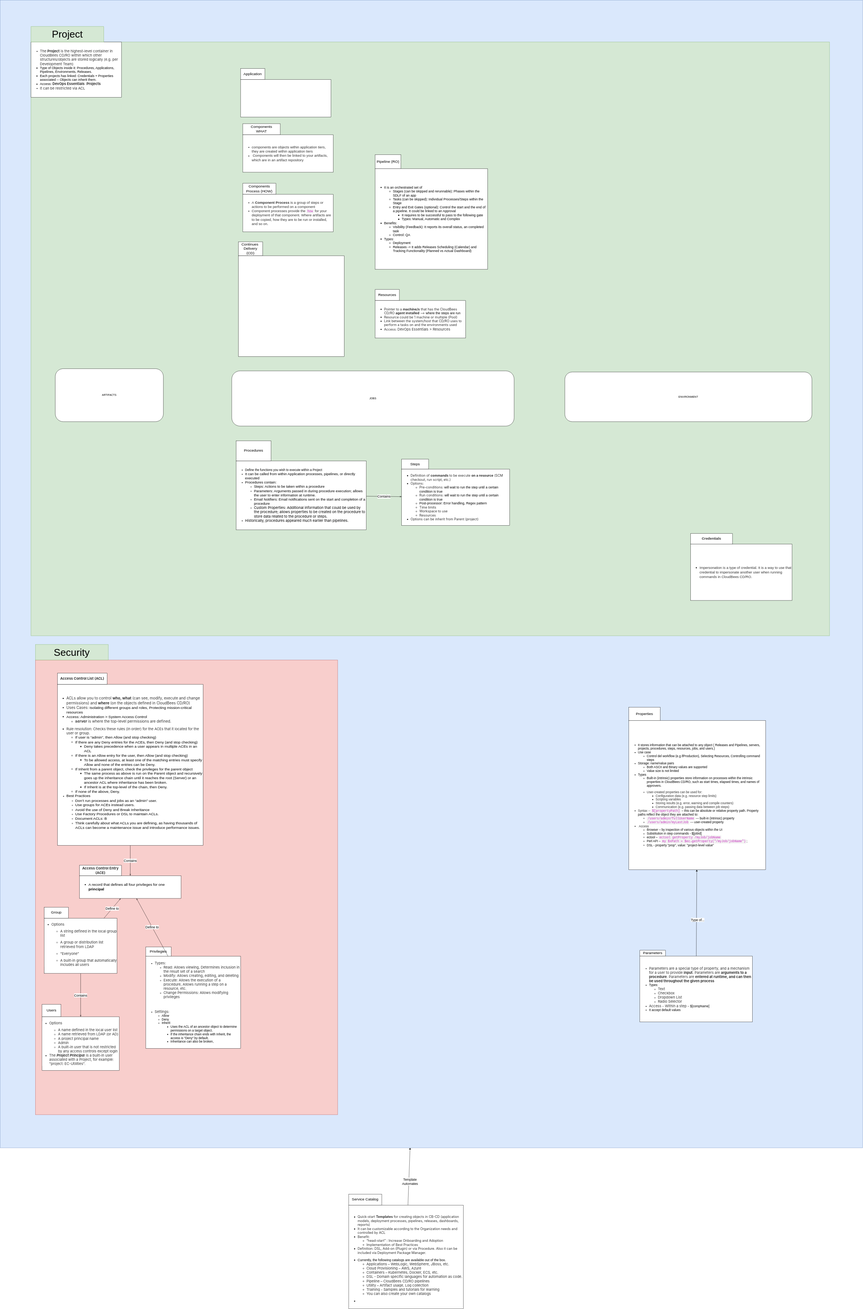
Above: book/diagrams/CD.drawio.svg in carlosrodlop/carlosrodlop-docs (draw.io), before the change. Source tidied: cells renumbered, new cells last; positions are measured from the earlier drawing's top-left corner, leaving out a move shared by most shapes.
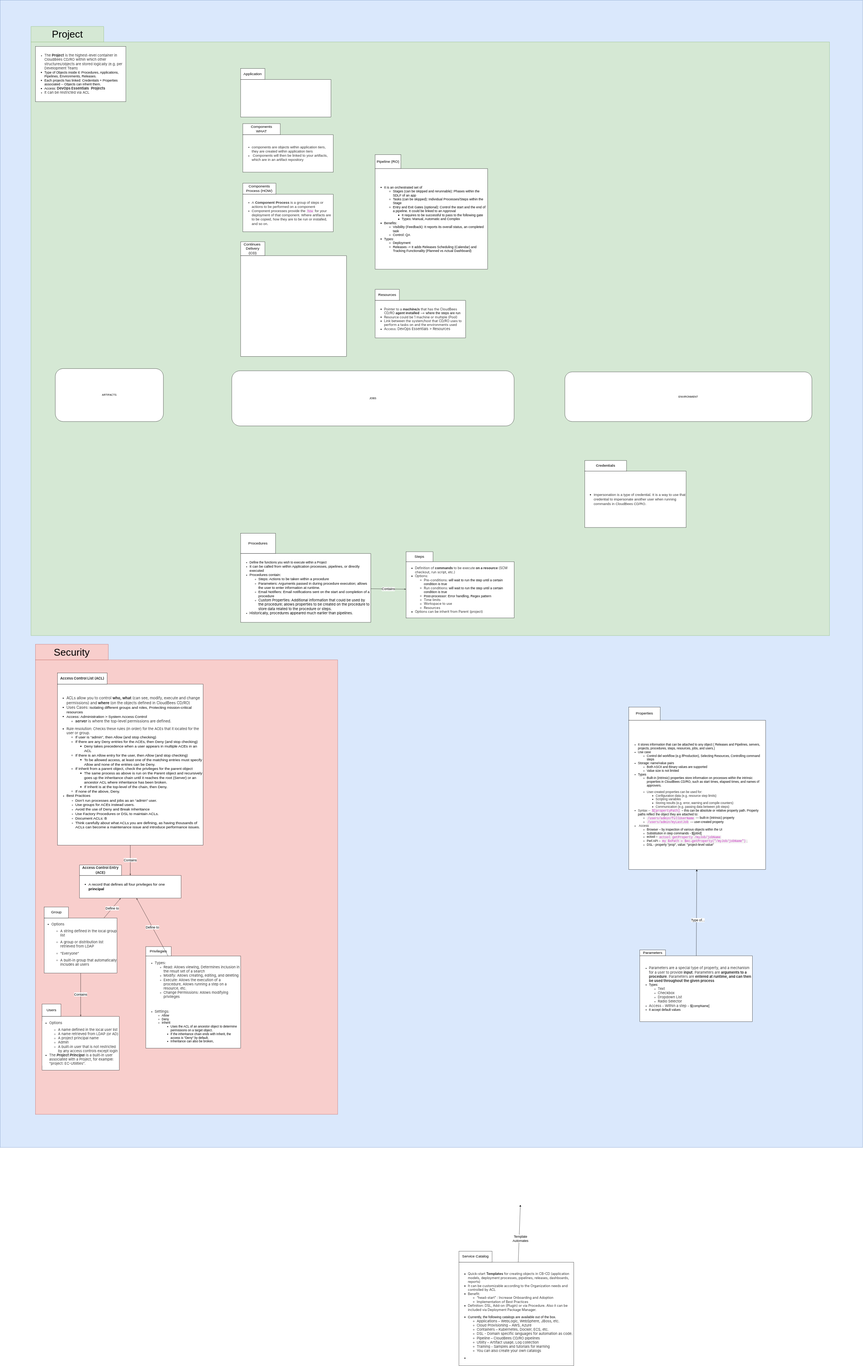
After the commit.

The edit, as a diff of the source:
```diff
@@ -21,7 +21,7 @@
       <mxGeometry y="63.4" width="510" height="456.6" as="geometry" />
     </mxCell>
     <mxCell id="8" style="group;" parent="1" vertex="1">
-      <mxGeometry x="1070" y="1960" width="590" height="440" as="geometry" />
+      <mxGeometry x="1090" y="2380" width="590" height="440" as="geometry" />
     </mxCell>
     <mxCell id="9" style="group;" parent="8" vertex="1">
       <mxGeometry y="36.6" width="590" height="403.4" as="geometry" />
@@ -42,7 +42,7 @@
       <mxGeometry y="19.7" width="225.4" height="50.5" as="geometry" />
     </mxCell>
     <mxCell id="15" style="group;" parent="1" vertex="1">
-      <mxGeometry x="1820" y="2050" width="490" height="330.4" as="geometry" />
+      <mxGeometry x="1840" y="2470" width="490" height="330.4" as="geometry" />
     </mxCell>
     <mxCell id="16" value="&lt;font style=&quot;font-size: 17px;&quot;&gt;Steps&lt;br&gt;&lt;/font&gt;" style="rounded=0;whiteSpace=wrap;html=1;" parent="15" vertex="1">
       <mxGeometry y="30" width="122.5" height="45.1" as="geometry" />
@@ -90,10 +90,10 @@
       <mxGeometry x="-0.16" y="-4" relative="1" as="geometry" />
     </mxCell>
     <mxCell id="31" value="&lt;font style=&quot;font-size: 17px;&quot;&gt;Service Catalog&lt;br&gt;&lt;/font&gt;" style="rounded=0;whiteSpace=wrap;html=1;" parent="1" vertex="1">
-      <mxGeometry x="1580" y="5410" width="150" height="50" as="geometry" />
+      <mxGeometry x="2080" y="5670" width="150" height="50" as="geometry" />
     </mxCell>
     <mxCell id="32" value="&lt;ul style=&quot;&quot;&gt;&lt;li style=&quot;text-align: left;&quot;&gt;&lt;span style=&quot;background-color: rgb(255, 255, 255);&quot;&gt;&lt;font face=&quot;-apple-system, system-ui, Segoe UI, Ubuntu, sans-serif, Apple Color Emoji, Segoe UI Emoji, Segoe UI Symbol, Noto Color Emoji&quot; color=&quot;#333333&quot;&gt;Quick-start &lt;/font&gt;&lt;b style=&quot;color: rgb(51, 51, 51); font-family: -apple-system, &amp;quot;system-ui&amp;quot;, &amp;quot;Segoe UI&amp;quot;, Ubuntu, sans-serif, &amp;quot;Apple Color Emoji&amp;quot;, &amp;quot;Segoe UI Emoji&amp;quot;, &amp;quot;Segoe UI Symbol&amp;quot;, &amp;quot;Noto Color Emoji&amp;quot;; font-size: 15px;&quot;&gt;Templates&lt;/b&gt;&lt;font face=&quot;-apple-system, system-ui, Segoe UI, Ubuntu, sans-serif, Apple Color Emoji, Segoe UI Emoji, Segoe UI Symbol, Noto Color Emoji&quot; color=&quot;#333333&quot;&gt; for creating objects in CB-CD (application models, deployment processes, pipelines, releases, dashboards, reports)&lt;/font&gt;&lt;/span&gt;&lt;br style=&quot;font-size: 15px;&quot;&gt;&lt;/li&gt;&lt;li style=&quot;font-size: 15px; text-align: left;&quot;&gt;&lt;span style=&quot;color: rgb(51, 51, 51); font-family: -apple-system, &amp;quot;system-ui&amp;quot;, &amp;quot;Segoe UI&amp;quot;, Ubuntu, sans-serif, &amp;quot;Apple Color Emoji&amp;quot;, &amp;quot;Segoe UI Emoji&amp;quot;, &amp;quot;Segoe UI Symbol&amp;quot;, &amp;quot;Noto Color Emoji&amp;quot;; font-size: 15px; background-color: rgb(255, 255, 255);&quot;&gt;It can be customizable according to the Organization needs and controlled by ACL&lt;/span&gt;&lt;/li&gt;&lt;li style=&quot;font-size: 15px; text-align: left;&quot;&gt;&lt;span style=&quot;color: rgb(51, 51, 51); font-family: -apple-system, &amp;quot;system-ui&amp;quot;, &amp;quot;Segoe UI&amp;quot;, Ubuntu, sans-serif, &amp;quot;Apple Color Emoji&amp;quot;, &amp;quot;Segoe UI Emoji&amp;quot;, &amp;quot;Segoe UI Symbol&amp;quot;, &amp;quot;Noto Color Emoji&amp;quot;; font-size: 15px; background-color: rgb(255, 255, 255);&quot;&gt;Benefit:&amp;nbsp;&lt;/span&gt;&lt;/li&gt;&lt;ul style=&quot;font-size: 15px;&quot;&gt;&lt;li style=&quot;text-align: left; font-size: 15px;&quot;&gt;&lt;span style=&quot;color: rgb(51, 51, 51); font-family: -apple-system, &amp;quot;system-ui&amp;quot;, &amp;quot;Segoe UI&amp;quot;, Ubuntu, sans-serif, &amp;quot;Apple Color Emoji&amp;quot;, &amp;quot;Segoe UI Emoji&amp;quot;, &amp;quot;Segoe UI Symbol&amp;quot;, &amp;quot;Noto Color Emoji&amp;quot;; font-size: 15px; background-color: rgb(255, 255, 255);&quot;&gt;“head-start” : Increase Onboarding and Adoption&lt;/span&gt;&lt;/li&gt;&lt;li style=&quot;text-align: left; font-size: 15px;&quot;&gt;&lt;span style=&quot;color: rgb(51, 51, 51); font-family: -apple-system, &amp;quot;system-ui&amp;quot;, &amp;quot;Segoe UI&amp;quot;, Ubuntu, sans-serif, &amp;quot;Apple Color Emoji&amp;quot;, &amp;quot;Segoe UI Emoji&amp;quot;, &amp;quot;Segoe UI Symbol&amp;quot;, &amp;quot;Noto Color Emoji&amp;quot;; font-size: 15px; background-color: rgb(255, 255, 255);&quot;&gt;Implementation of Best Practices&lt;/span&gt;&lt;/li&gt;&lt;/ul&gt;&lt;li style=&quot;text-align: left;&quot;&gt;&lt;font face=&quot;-apple-system, system-ui, Segoe UI, Ubuntu, sans-serif, Apple Color Emoji, Segoe UI Emoji, Segoe UI Symbol, Noto Color Emoji&quot; color=&quot;#333333&quot;&gt;Definition: DSL, Add-on (Plugin) or via Procedure. Also it can be included via Deployment Package Manager.&lt;/font&gt;&lt;/li&gt;&lt;/ul&gt;&lt;ul style=&quot;&quot;&gt;&lt;li style=&quot;text-align: left;&quot;&gt;Currently, the following catalogs are available out of the box.&lt;/li&gt;&lt;ul&gt;&lt;li style=&quot;text-align: left;&quot;&gt;&lt;span style=&quot;background-color: rgb(255, 255, 255); font-family: -apple-system, &amp;quot;system-ui&amp;quot;, &amp;quot;Segoe UI&amp;quot;, Ubuntu, sans-serif, &amp;quot;Apple Color Emoji&amp;quot;, &amp;quot;Segoe UI Emoji&amp;quot;, &amp;quot;Segoe UI Symbol&amp;quot;, &amp;quot;Noto Color Emoji&amp;quot;; font-size: 16px; color: rgb(51, 51, 51);&quot;&gt;Applications – WebLogic, WebSphere, JBoss, etc.&lt;/span&gt;&lt;/li&gt;&lt;li style=&quot;text-align: left;&quot;&gt;&lt;span style=&quot;background-color: rgb(255, 255, 255); font-family: -apple-system, &amp;quot;system-ui&amp;quot;, &amp;quot;Segoe UI&amp;quot;, Ubuntu, sans-serif, &amp;quot;Apple Color Emoji&amp;quot;, &amp;quot;Segoe UI Emoji&amp;quot;, &amp;quot;Segoe UI Symbol&amp;quot;, &amp;quot;Noto Color Emoji&amp;quot;; font-size: 16px; color: rgb(51, 51, 51);&quot;&gt;Cloud Provisioning – AWS, Azure&lt;/span&gt;&lt;/li&gt;&lt;li style=&quot;text-align: left;&quot;&gt;&lt;span style=&quot;background-color: rgb(255, 255, 255); font-family: -apple-system, &amp;quot;system-ui&amp;quot;, &amp;quot;Segoe UI&amp;quot;, Ubuntu, sans-serif, &amp;quot;Apple Color Emoji&amp;quot;, &amp;quot;Segoe UI Emoji&amp;quot;, &amp;quot;Segoe UI Symbol&amp;quot;, &amp;quot;Noto Color Emoji&amp;quot;; font-size: 16px; color: rgb(51, 51, 51);&quot;&gt;Containers – Kubernetes, Docker, ECS, etc.&lt;/span&gt;&lt;/li&gt;&lt;li style=&quot;text-align: left;&quot;&gt;&lt;span style=&quot;background-color: rgb(255, 255, 255); font-family: -apple-system, &amp;quot;system-ui&amp;quot;, &amp;quot;Segoe UI&amp;quot;, Ubuntu, sans-serif, &amp;quot;Apple Color Emoji&amp;quot;, &amp;quot;Segoe UI Emoji&amp;quot;, &amp;quot;Segoe UI Symbol&amp;quot;, &amp;quot;Noto Color Emoji&amp;quot;; font-size: 16px; color: rgb(51, 51, 51);&quot;&gt;DSL - Domain specific languages for automation as code.&lt;/span&gt;&lt;/li&gt;&lt;li style=&quot;text-align: left;&quot;&gt;&lt;span style=&quot;background-color: rgb(255, 255, 255); font-family: -apple-system, &amp;quot;system-ui&amp;quot;, &amp;quot;Segoe UI&amp;quot;, Ubuntu, sans-serif, &amp;quot;Apple Color Emoji&amp;quot;, &amp;quot;Segoe UI Emoji&amp;quot;, &amp;quot;Segoe UI Symbol&amp;quot;, &amp;quot;Noto Color Emoji&amp;quot;; font-size: 16px; color: rgb(51, 51, 51);&quot;&gt;Pipeline – CloudBees CD/RO pipelines&lt;/span&gt;&lt;/li&gt;&lt;li style=&quot;text-align: left;&quot;&gt;&lt;span style=&quot;background-color: rgb(255, 255, 255); font-family: -apple-system, &amp;quot;system-ui&amp;quot;, &amp;quot;Segoe UI&amp;quot;, Ubuntu, sans-serif, &amp;quot;Apple Color Emoji&amp;quot;, &amp;quot;Segoe UI Emoji&amp;quot;, &amp;quot;Segoe UI Symbol&amp;quot;, &amp;quot;Noto Color Emoji&amp;quot;; font-size: 16px; color: rgb(51, 51, 51);&quot;&gt;Utility – Artifact usage, Log collection&lt;/span&gt;&lt;/li&gt;&lt;li style=&quot;text-align: left;&quot;&gt;&lt;span style=&quot;background-color: rgb(255, 255, 255); font-family: -apple-system, &amp;quot;system-ui&amp;quot;, &amp;quot;Segoe UI&amp;quot;, Ubuntu, sans-serif, &amp;quot;Apple Color Emoji&amp;quot;, &amp;quot;Segoe UI Emoji&amp;quot;, &amp;quot;Segoe UI Symbol&amp;quot;, &amp;quot;Noto Color Emoji&amp;quot;; font-size: 16px; color: rgb(51, 51, 51);&quot;&gt;Training - Samples and tutorials for learning&lt;/span&gt;&lt;/li&gt;&lt;li style=&quot;text-align: left;&quot;&gt;&lt;span style=&quot;background-color: rgb(255, 255, 255); font-family: -apple-system, &amp;quot;system-ui&amp;quot;, &amp;quot;Segoe UI&amp;quot;, Ubuntu, sans-serif, &amp;quot;Apple Color Emoji&amp;quot;, &amp;quot;Segoe UI Emoji&amp;quot;, &amp;quot;Segoe UI Symbol&amp;quot;, &amp;quot;Noto Color Emoji&amp;quot;; font-size: 16px; color: rgb(51, 51, 51);&quot;&gt;You can also create your own catalogs&lt;/span&gt;&lt;/li&gt;&lt;/ul&gt;&lt;/ul&gt;&lt;ul style=&quot;&quot;&gt;&lt;/ul&gt;&lt;ul style=&quot;&quot;&gt;&lt;/ul&gt;&lt;ul style=&quot;&quot;&gt;&lt;/ul&gt;&lt;ul style=&quot;&quot;&gt;&lt;/ul&gt;&lt;ul style=&quot;&quot;&gt;&lt;/ul&gt;&lt;ul style=&quot;&quot;&gt;&lt;/ul&gt;&lt;ul style=&quot;&quot;&gt;&lt;/ul&gt;&lt;ul style=&quot;&quot;&gt;&lt;li style=&quot;text-align: left;&quot;&gt;&lt;font face=&quot;-apple-system, system-ui, Segoe UI, Ubuntu, sans-serif, Apple Color Emoji, Segoe UI Emoji, Segoe UI Symbol, Noto Color Emoji&quot; color=&quot;#333333&quot;&gt;&lt;div style=&quot;box-sizing: border-box; margin: 14px 0px 0px; font-family: -apple-system, &amp;quot;system-ui&amp;quot;, &amp;quot;Segoe UI&amp;quot;, Ubuntu, sans-serif, &amp;quot;Apple Color Emoji&amp;quot;, &amp;quot;Segoe UI Emoji&amp;quot;, &amp;quot;Segoe UI Symbol&amp;quot;, &amp;quot;Noto Color Emoji&amp;quot;; font-size: 16px; background-color: rgb(255, 255, 255);&quot; class=&quot;paragraph&quot;&gt;&lt;/div&gt;&lt;/font&gt;&lt;/li&gt;&lt;/ul&gt;" style="rounded=0;whiteSpace=wrap;html=1;fontSize=15;" parent="1" vertex="1">
-      <mxGeometry x="1580" y="5460" width="520" height="470" as="geometry" />
+      <mxGeometry x="2080" y="5720" width="520" height="470" as="geometry" />
     </mxCell>
     <mxCell id="33" style="group;" parent="1" vertex="1">
       <mxGeometry x="660" y="4290" width="430" height="460" as="geometry" />
@@ -143,14 +143,16 @@
     <mxCell id="48" value="Define to" style="endArrow=none;html=1;rounded=0;fontSize=15;endFill=0;startArrow=openThin;startFill=0;" parent="1" edge="1" source="38" target="45">
       <mxGeometry relative="1" as="geometry" />
     </mxCell>
-    <mxCell id="49" style="endArrow=classic;html=1;rounded=0;fontSize=15;" parent="1" edge="1" source="32" target="2">
-      <mxGeometry relative="1" as="geometry" />
+    <mxCell id="49" style="endArrow=classic;html=1;rounded=0;fontSize=15;" parent="1" edge="1" source="32">
+      <mxGeometry relative="1" as="geometry">
+        <mxPoint x="2358.4" y="5460" as="targetPoint" />
+      </mxGeometry>
     </mxCell>
     <mxCell id="50" value="Template&lt;br&gt;Automates" style="edgeLabel;html=1;align=center;verticalAlign=middle;fontSize=15;" parent="49" vertex="1">
       <mxGeometry x="-0.16" y="-4" relative="1" as="geometry" />
     </mxCell>
     <mxCell id="51" style="group;" parent="1" vertex="1">
-      <mxGeometry x="3130" y="2390" width="460" height="330" as="geometry" />
+      <mxGeometry x="2650" y="2060" width="460" height="330" as="geometry" />
     </mxCell>
     <mxCell id="52" value="&lt;div style=&quot;text-align: left ; font-size: 17px&quot;&gt;&lt;ul&gt;&lt;li style=&quot;box-sizing: border-box ; margin-bottom: 12px&quot;&gt;&lt;p style=&quot;box-sizing: border-box ; margin: 0px&quot;&gt;&lt;span style=&quot;color: rgb(51 , 51 , 51) ; font-family: , &amp;#34;system-ui&amp;#34; , &amp;#34;segoe ui&amp;#34; , &amp;#34;ubuntu&amp;#34; , sans-serif , &amp;#34;apple color emoji&amp;#34; , &amp;#34;segoe ui emoji&amp;#34; , &amp;#34;segoe ui symbol&amp;#34; , &amp;#34;noto color emoji&amp;#34; ; font-size: 16px ; background-color: rgb(255 , 255 , 255)&quot;&gt;Impersonation is a type of credential. It is a way to use that credential to impersonate another user when running commands in CloudBees CD/RO.&lt;/span&gt;&lt;br&gt;&lt;/p&gt;&lt;/li&gt;&lt;/ul&gt;&lt;/div&gt;" style="rounded=0;whiteSpace=wrap;html=1;fontSize=14;" parent="51" vertex="1">
       <mxGeometry y="75" width="460" height="255" as="geometry" />
@@ -159,7 +161,7 @@
       <mxGeometry y="26.9" width="190" height="48.1" as="geometry" />
     </mxCell>
     <mxCell id="54" style="group;" parent="1" vertex="1">
-      <mxGeometry x="1080" y="1095" width="480" height="520" as="geometry" />
+      <mxGeometry x="1090" y="1095" width="480" height="520" as="geometry" />
     </mxCell>
     <mxCell id="55" value="&lt;font style=&quot;font-size: 17px&quot;&gt;Continues&amp;nbsp;&lt;br&gt;Delivery&lt;br&gt;(CD)&lt;br&gt;&lt;/font&gt;" style="rounded=0;whiteSpace=wrap;html=1;" parent="54" vertex="1">
       <mxGeometry width="110" height="63.4" as="geometry" />
@@ -207,12 +209,12 @@
       <mxGeometry x="250" y="1670" width="490" height="240" as="geometry" />
     </mxCell>
     <mxCell id="70" value="&lt;ul style=&quot;text-align: left;&quot;&gt;&lt;li style=&quot;&quot;&gt;&lt;span style=&quot;font-size: 16px; color: rgb(51, 51, 51); font-family: -apple-system, &amp;quot;system-ui&amp;quot;, &amp;quot;Segoe UI&amp;quot;, Ubuntu, sans-serif, &amp;quot;Apple Color Emoji&amp;quot;, &amp;quot;Segoe UI Emoji&amp;quot;, &amp;quot;Segoe UI Symbol&amp;quot;, &amp;quot;Noto Color Emoji&amp;quot;; background-color: rgb(255, 255, 255);&quot;&gt;The&amp;nbsp;&lt;/span&gt;&lt;span style=&quot;font-size: 16px; box-sizing: border-box; font-weight: bolder; color: rgb(51, 51, 51); font-family: -apple-system, &amp;quot;system-ui&amp;quot;, &amp;quot;Segoe UI&amp;quot;, Ubuntu, sans-serif, &amp;quot;Apple Color Emoji&amp;quot;, &amp;quot;Segoe UI Emoji&amp;quot;, &amp;quot;Segoe UI Symbol&amp;quot;, &amp;quot;Noto Color Emoji&amp;quot;; background-color: rgb(255, 255, 255);&quot;&gt;Project&lt;/span&gt;&lt;span style=&quot;background-color: rgb(255, 255, 255);&quot;&gt;&lt;font face=&quot;-apple-system, system-ui, Segoe UI, Ubuntu, sans-serif, Apple Color Emoji, Segoe UI Emoji, Segoe UI Symbol, Noto Color Emoji&quot; color=&quot;#333333&quot;&gt;&lt;span style=&quot;font-size: 16px;&quot;&gt;&amp;nbsp;is the highest-level container in CloudBees CD/RO within which other structures/objects are stored logically&amp;nbsp;(e.g. per Development&amp;nbsp;Team)&lt;/span&gt;&lt;/font&gt;&lt;/span&gt;&lt;/li&gt;&lt;li style=&quot;font-size: 15px;&quot;&gt;Type of Objects inside it: Procedures, Applications, Pipelines, Environments, Releases.&amp;nbsp;&lt;/li&gt;&lt;li style=&quot;font-size: 15px;&quot;&gt;Each projects has linked: Credentials + Properties associated -- Objects can inherit them.&lt;br&gt;&lt;/li&gt;&lt;li style=&quot;font-size: 15px;&quot;&gt;Access:&amp;nbsp;&lt;span style=&quot;box-sizing: border-box; font-weight: bolder; color: rgb(51, 51, 51); font-family: -apple-system, &amp;quot;system-ui&amp;quot;, &amp;quot;Segoe UI&amp;quot;, Ubuntu, sans-serif, &amp;quot;Apple Color Emoji&amp;quot;, &amp;quot;Segoe UI Emoji&amp;quot;, &amp;quot;Segoe UI Symbol&amp;quot;, &amp;quot;Noto Color Emoji&amp;quot;; font-size: 16px; background-color: rgb(255, 255, 255);&quot; class=&quot;menu&quot;&gt;DevOps Essentials&lt;/span&gt;&lt;span style=&quot;color: rgb(51, 51, 51); font-family: -apple-system, &amp;quot;system-ui&amp;quot;, &amp;quot;Segoe UI&amp;quot;, Ubuntu, sans-serif, &amp;quot;Apple Color Emoji&amp;quot;, &amp;quot;Segoe UI Emoji&amp;quot;, &amp;quot;Segoe UI Symbol&amp;quot;, &amp;quot;Noto Color Emoji&amp;quot;; font-size: 16px; background-color: rgb(255, 255, 255);&quot;&gt;&amp;nbsp;&lt;/span&gt;&lt;span style=&quot;box-sizing: border-box; -webkit-font-smoothing: antialiased; display: inline-block; font-variant-numeric: normal; font-variant-east-asian: normal; text-rendering: auto; line-height: 1; font-family: &amp;quot;Font Awesome 5 Free&amp;quot;; font-weight: 900; color: rgb(51, 51, 51); font-size: 16px; background-color: rgb(255, 255, 255);&quot; class=&quot;fa fa-angle-right caret&quot;&gt;&lt;/span&gt;&lt;span style=&quot;color: rgb(51, 51, 51); font-family: -apple-system, &amp;quot;system-ui&amp;quot;, &amp;quot;Segoe UI&amp;quot;, Ubuntu, sans-serif, &amp;quot;Apple Color Emoji&amp;quot;, &amp;quot;Segoe UI Emoji&amp;quot;, &amp;quot;Segoe UI Symbol&amp;quot;, &amp;quot;Noto Color Emoji&amp;quot;; font-size: 16px; background-color: rgb(255, 255, 255);&quot;&gt;&amp;nbsp;&lt;/span&gt;&lt;span style=&quot;box-sizing: border-box; font-weight: bolder; color: rgb(51, 51, 51); font-family: -apple-system, &amp;quot;system-ui&amp;quot;, &amp;quot;Segoe UI&amp;quot;, Ubuntu, sans-serif, &amp;quot;Apple Color Emoji&amp;quot;, &amp;quot;Segoe UI Emoji&amp;quot;, &amp;quot;Segoe UI Symbol&amp;quot;, &amp;quot;Noto Color Emoji&amp;quot;; font-size: 16px; background-color: rgb(255, 255, 255);&quot; class=&quot;menuitem&quot;&gt;Projects&lt;/span&gt;&lt;/li&gt;&lt;li style=&quot;&quot;&gt;&lt;font face=&quot;-apple-system, system-ui, Segoe UI, Ubuntu, sans-serif, Apple Color Emoji, Segoe UI Emoji, Segoe UI Symbol, Noto Color Emoji&quot; color=&quot;#333333&quot;&gt;&lt;span style=&quot;font-size: 16px; background-color: rgb(255, 255, 255);&quot;&gt;It can be restricted via ACL&lt;/span&gt;&lt;/font&gt;&lt;/li&gt;&lt;/ul&gt;" style="rounded=0;whiteSpace=wrap;html=1;fontSize=14;" parent="1" vertex="1">
-      <mxGeometry x="140" y="190" width="410" height="250.4" as="geometry" />
+      <mxGeometry x="160" y="209.8" width="410" height="250.4" as="geometry" />
     </mxCell>
     <mxCell id="71" value="&lt;font style=&quot;font-size: 45px;&quot;&gt;Project&lt;br style=&quot;font-size: 45px;&quot;&gt;&lt;/font&gt;" style="rounded=0;whiteSpace=wrap;html=1;strokeWidth=1;fontSize=45;fillColor=#d5e8d4;strokeColor=#82b366;" parent="1" vertex="1">
       <mxGeometry x="140" y="119.5" width="330" height="70.5" as="geometry" />
     </mxCell>
-    <mxCell id="72" value="&lt;font style=&quot;font-size: 45px;&quot;&gt;Security&lt;br style=&quot;font-size: 45px;&quot;&gt;&lt;/font&gt;" style="rounded=0;whiteSpace=wrap;html=1;strokeWidth=1;fontSize=45;fillColor=#d5e8d4;strokeColor=#82b366;" parent="1" vertex="1">
+    <mxCell id="72" value="&lt;font style=&quot;font-size: 45px;&quot;&gt;Security&lt;br style=&quot;font-size: 45px;&quot;&gt;&lt;/font&gt;" style="rounded=0;whiteSpace=wrap;html=1;strokeWidth=1;fontSize=45;fillColor=#f8cecc;strokeColor=#b85450;" parent="1" vertex="1">
       <mxGeometry x="160" y="2919.6" width="330" height="70.5" as="geometry" />
     </mxCell>
   </root>
```
